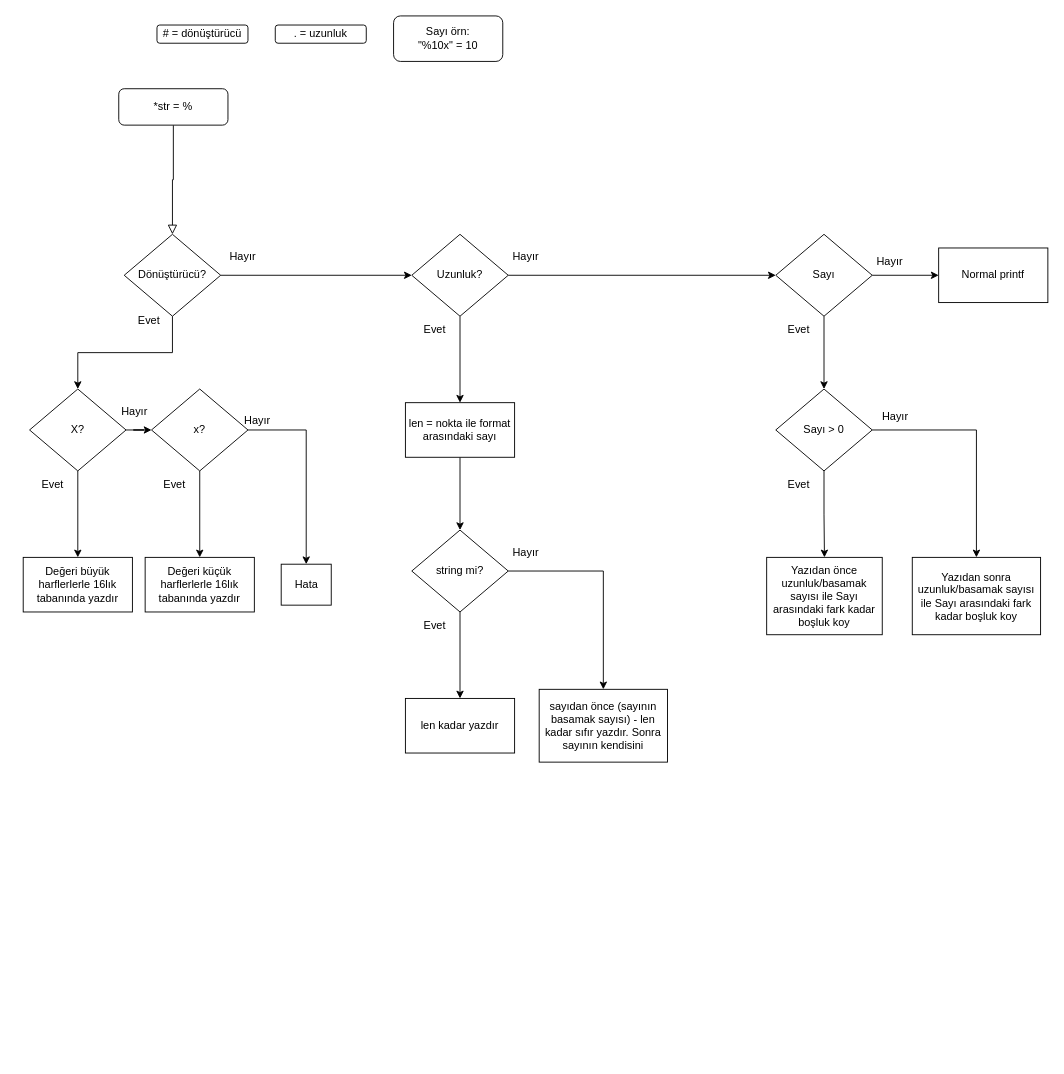
Before: Untitled Diagram.drawio in milesDonQuijote/ft_printf, a draw.io diagram. Source tidied: cells renumbered, new cells numbered last; positions are measured from the earlier drawing's top-left corner, leaving out a move shared by most shapes. Both pictures are drawn from the tidied source at 91%, with x=0, y=0 at pixel (23, 15).
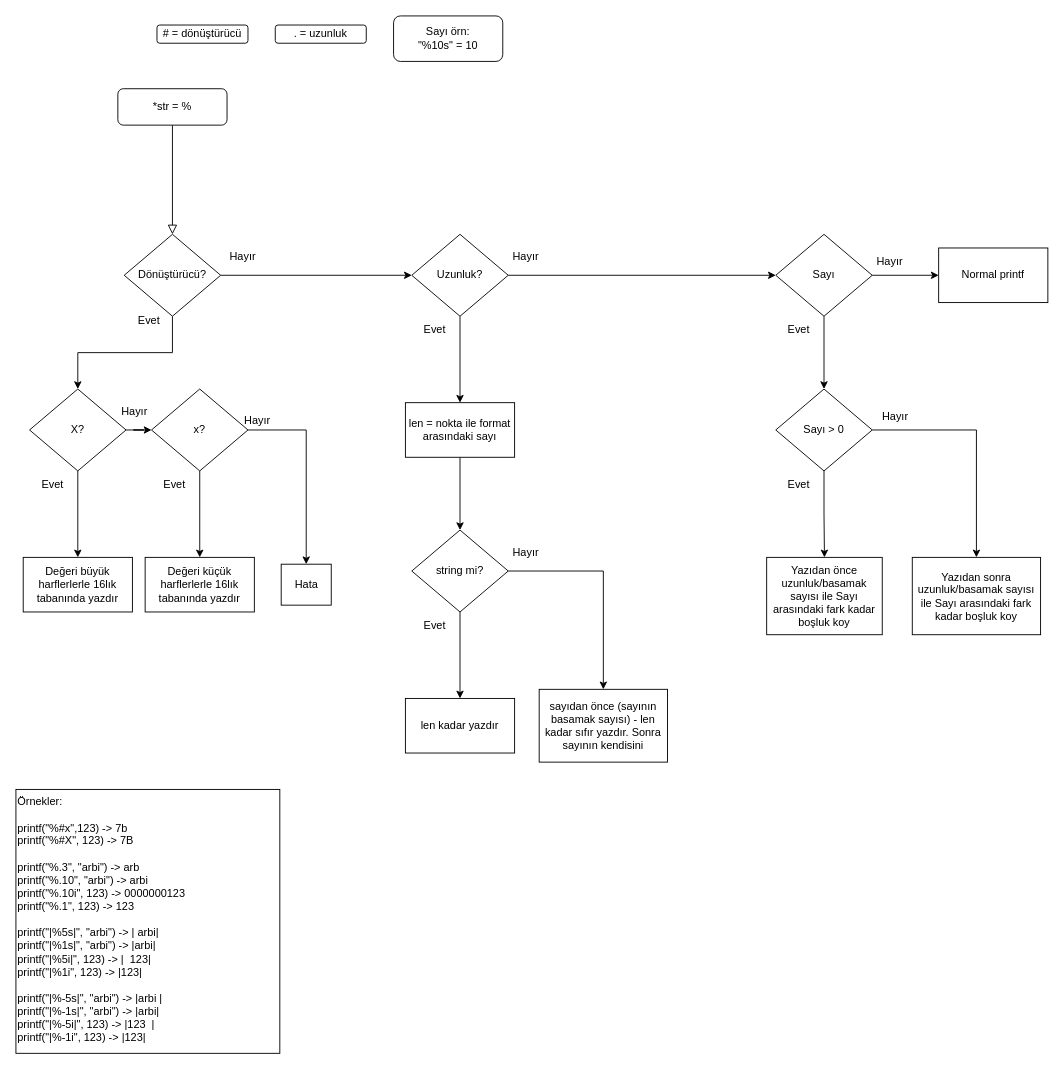
After the change.

Change to the diagram source:
```diff
@@
     <mxCell id="3" value="&lt;div&gt;*str = %&lt;br&gt;&lt;/div&gt;" style="rounded=1;whiteSpace=wrap;html=1;fontSize=12;glass=0;strokeWidth=1;shadow=0;" parent="1" vertex="1">
-      <mxGeometry x="105" y="80" width="120" height="40" as="geometry" />
+      <mxGeometry x="104" y="80" width="120" height="40" as="geometry" />
     </mxCell>
@@
-    <mxCell id="51" value="&lt;div&gt;Sayı örn:&lt;br&gt;&lt;/div&gt;&lt;div&gt;&quot;%10x&quot; = 10&lt;br&gt;&lt;/div&gt;" style="rounded=1;whiteSpace=wrap;html=1;" parent="1" vertex="1">
+    <mxCell id="51" value="&lt;div&gt;Sayı örn:&lt;br&gt;&lt;/div&gt;&lt;div&gt;&quot;%10s&quot; = 10&lt;br&gt;&lt;/div&gt;" style="rounded=1;whiteSpace=wrap;html=1;" parent="1" vertex="1">
       <mxGeometry x="407" width="120" height="50" as="geometry" />
     </mxCell>
+    <mxCell id="52" value="&lt;div&gt;Örnekler:&lt;/div&gt;&lt;div&gt;&lt;br&gt;&lt;/div&gt;&lt;div&gt;printf(&quot;%#x&quot;,123) -&amp;gt; 7b&lt;/div&gt;&lt;div&gt;printf(&quot;%#X&quot;, 123) -&amp;gt; 7B&lt;/div&gt;&lt;div&gt;&lt;br&gt;&lt;/div&gt;&lt;div&gt;printf(&quot;%.3&quot;, &quot;arbi&quot;) -&amp;gt; arb&lt;/div&gt;&lt;div&gt;printf(&quot;%.10&quot;, &quot;arbi&quot;) -&amp;gt; arbi&lt;/div&gt;&lt;div&gt;printf(&quot;%.10i&quot;, 123) -&amp;gt; 0000000123&lt;/div&gt;&lt;div&gt;printf(&quot;%.1&quot;, 123) -&amp;gt; 123&lt;/div&gt;&lt;div&gt;&lt;br&gt;&lt;/div&gt;&lt;div&gt;printf(&quot;|%5s|&quot;, &quot;arbi&quot;) -&amp;gt; | arbi|&lt;/div&gt;&lt;div&gt;printf(&quot;|%1s|&quot;, &quot;arbi&quot;) -&amp;gt; |arbi|&lt;/div&gt;&lt;div&gt;printf(&quot;|%5i|&quot;, 123) -&amp;gt; |&amp;nbsp; 123|&lt;/div&gt;&lt;div&gt;printf(&quot;|%1i&quot;, 123) -&amp;gt; |123|&lt;/div&gt;&lt;div&gt;&lt;br&gt;&lt;/div&gt;&lt;div&gt;&lt;div&gt;printf(&quot;|%-5s|&quot;, &quot;arbi&quot;) -&amp;gt; |arbi |&lt;/div&gt;&lt;div&gt;printf(&quot;|%-1s|&quot;, &quot;arbi&quot;) -&amp;gt; |arbi|&lt;/div&gt;&lt;div&gt;printf(&quot;|%-5i|&quot;, 123) -&amp;gt; |123&amp;nbsp; |&lt;/div&gt;&lt;div&gt;printf(&quot;|%-1i&quot;, 123) -&amp;gt; |123|&lt;/div&gt;&lt;div&gt;&lt;br&gt;&lt;/div&gt;&lt;/div&gt;" style="whiteSpace=wrap;html=1;align=left;verticalAlign=top;" parent="1" vertex="1">
+      <mxGeometry x="-8" y="850" width="290" height="290" as="geometry" />
+    </mxCell>
```
